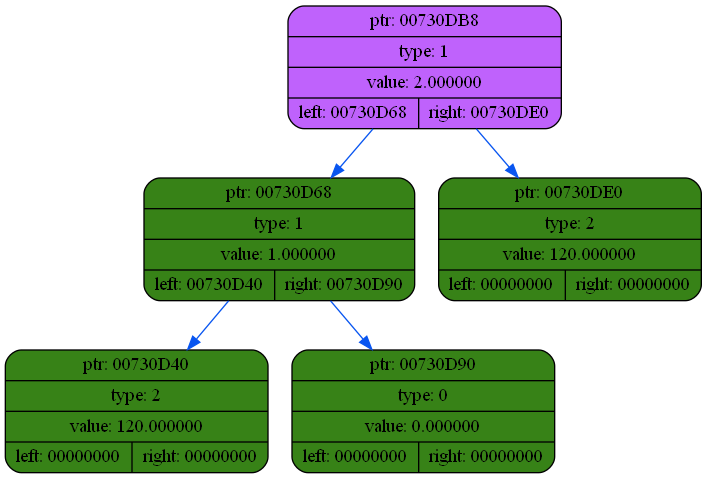
Earlier version of the Graphviz export dump/dump1.png (coffee8cat/differentiator). Its source is kept beside it as dump/dump1.dot.
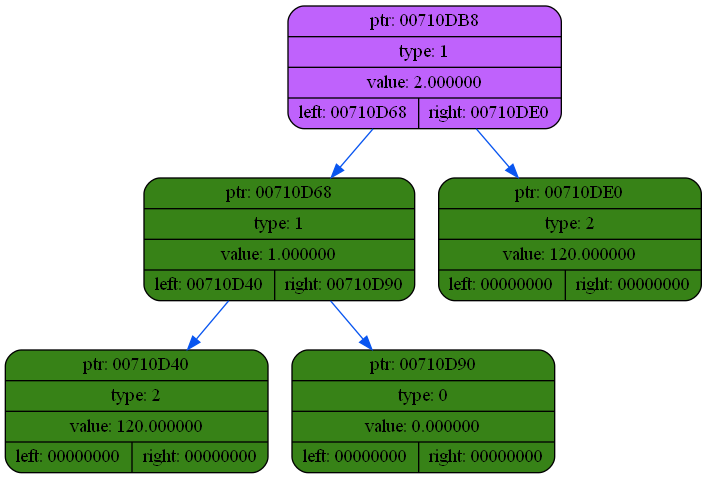
The same file after the commit.

The edit, as a diff of the source:
```diff
@@ -2,13 +2,13 @@
 {
     rankdir=TP
 
-        node00730DB8[shape=record,style="rounded,filled",fillcolor="#BF62FC",label="{ ptr: 00730DB8 | type: 1 | value: 2.000000| { left: 00730D68 | right: 00730DE0 }}"];
-    node00730DB8 -> node00730D68[color="#0855F0"]
-    node00730D68[shape=record,style="rounded,filled",fillcolor="#378217",label="{ ptr: 00730D68 | type: 1 | value: 1.000000| { left: 00730D40 | right: 00730D90 }}"];
-    node00730D68 -> node00730D40[color="#0855F0"]
-    node00730D40[shape=record,style="rounded,filled",fillcolor="#378217",label="{ ptr: 00730D40 | type: 2 | value: 120.000000| { left: 00000000 | right: 00000000 }}"];
-    node00730D68 -> node00730D90[color="#0855F0"]
-    node00730D90[shape=record,style="rounded,filled",fillcolor="#378217",label="{ ptr: 00730D90 | type: 0 | value: 0.000000| { left: 00000000 | right: 00000000 }}"];
-    node00730DB8 -> node00730DE0[color="#0855F0"]
-    node00730DE0[shape=record,style="rounded,filled",fillcolor="#378217",label="{ ptr: 00730DE0 | type: 2 | value: 120.000000| { left: 00000000 | right: 00000000 }}"];
+        node00710DB8[shape=record,style="rounded,filled",fillcolor="#BF62FC",label="{ ptr: 00710DB8 | type: 1 | value: 2.000000| { left: 00710D68 | right: 00710DE0 }}"];
+    node00710DB8 -> node00710D68[color="#0855F0"]
+    node00710D68[shape=record,style="rounded,filled",fillcolor="#378217",label="{ ptr: 00710D68 | type: 1 | value: 1.000000| { left: 00710D40 | right: 00710D90 }}"];
+    node00710D68 -> node00710D40[color="#0855F0"]
+    node00710D40[shape=record,style="rounded,filled",fillcolor="#378217",label="{ ptr: 00710D40 | type: 2 | value: 120.000000| { left: 00000000 | right: 00000000 }}"];
+    node00710D68 -> node00710D90[color="#0855F0"]
+    node00710D90[shape=record,style="rounded,filled",fillcolor="#378217",label="{ ptr: 00710D90 | type: 0 | value: 0.000000| { left: 00000000 | right: 00000000 }}"];
+    node00710DB8 -> node00710DE0[color="#0855F0"]
+    node00710DE0[shape=record,style="rounded,filled",fillcolor="#378217",label="{ ptr: 00710DE0 | type: 2 | value: 120.000000| { left: 00000000 | right: 00000000 }}"];
 }
```
